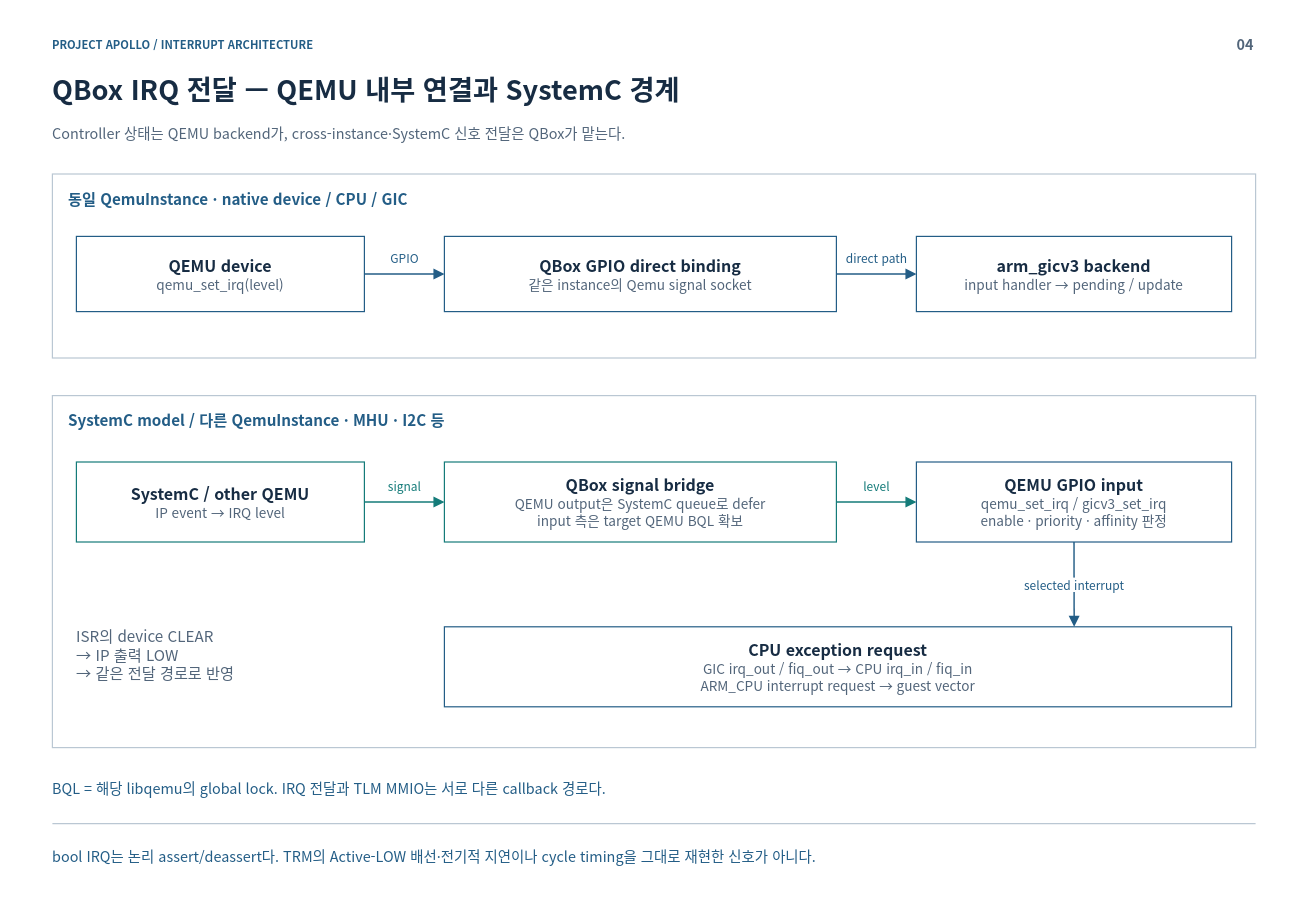
cometzero/project-apollo keeps this draw.io diagram as page "04-qbox-delivery" (4 of 32) of doc/phase1/interrupt/apollo-interrupt-architecture.drawio. Above is the earlier version. Source tidied: cells renumbered, new cells numbered last; positions are measured from the earlier drawing's top-left corner, leaving out a move shared by most shapes. Both pictures are drawn from the tidied source at 80%, with x=0, y=0 at pixel (14, 14).
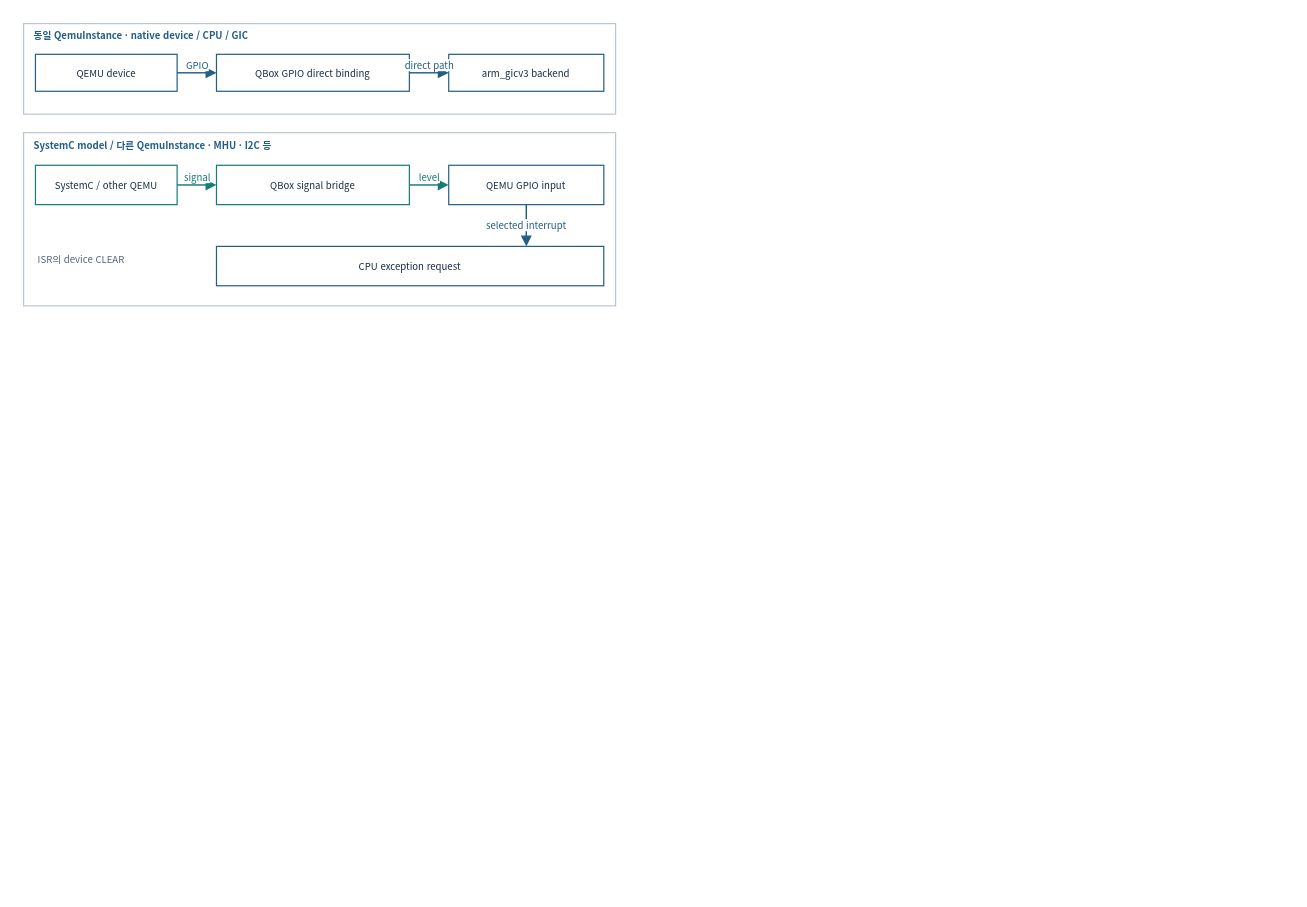
Above is the later version.

What changed in the source:
```diff
@@
-    <mxCell id="2" style="rounded=0;whiteSpace=wrap;html=1;fillColor=#FFFFFF;strokeColor=none;strokeWidth=1.5;fontColor=#172C43;fontFamily=Noto Sans CJK KR;fontSize=18;spacing=14;" parent="1" vertex="1">
-      <mxGeometry width="1600" height="1100" as="geometry" />
-    </mxCell>
-    <mxCell id="3" value="PROJECT APOLLO  /  INTERRUPT ARCHITECTURE" style="rounded=0;whiteSpace=wrap;html=1;fillColor=#FFFFFF;strokeColor=none;strokeWidth=1.5;fontColor=#172C43;fontFamily=Noto Sans CJK KR;fontSize=18;spacing=14;fillColor=none;align=left;verticalAlign=middle;spacing=0;fontSize=14;fontColor=#235D86;fontStyle=1;" parent="1" vertex="1">
-      <mxGeometry x="48" y="26" width="1400" height="24" as="geometry" />
-    </mxCell>
-    <mxCell id="4" value="04" style="rounded=0;whiteSpace=wrap;html=1;fillColor=#FFFFFF;strokeColor=none;strokeWidth=1.5;fontColor=#172C43;fontFamily=Noto Sans CJK KR;fontSize=18;spacing=14;fillColor=none;align=right;verticalAlign=middle;spacing=0;fontSize=18;fontColor=#52657A;fontStyle=1;" parent="1" vertex="1">
-      <mxGeometry x="1485" y="23" width="65" height="30" as="geometry" />
-    </mxCell>
-    <mxCell id="5" value="QBox IRQ 전달 — QEMU 내부 연결과 SystemC 경계" style="rounded=0;whiteSpace=wrap;html=1;fillColor=#FFFFFF;strokeColor=none;strokeWidth=1.5;fontColor=#172C43;fontFamily=Noto Sans CJK KR;fontSize=18;spacing=14;fillColor=none;align=left;verticalAlign=middle;spacing=0;fontSize=34;fontColor=#172C43;fontStyle=1;" parent="1" vertex="1">
-      <mxGeometry x="48" y="67" width="1504" height="54" as="geometry" />
-    </mxCell>
-    <mxCell id="6" value="Controller 상태는 QEMU backend가, cross-instance·SystemC 신호 전달은 QBox가 맡는다." style="rounded=0;whiteSpace=wrap;html=1;fillColor=#FFFFFF;strokeColor=none;strokeWidth=1.5;fontColor=#172C43;fontFamily=Noto Sans CJK KR;fontSize=18;spacing=14;fillColor=none;align=left;verticalAlign=middle;spacing=0;fontSize=18;fontColor=#52657A;" parent="1" vertex="1">
-      <mxGeometry x="48" y="127" width="1504" height="44" as="geometry" />
-    </mxCell>
-    <mxCell id="7" style="html=1;rounded=0;edgeStyle=none;endArrow=none;endSize=9;strokeColor=#BAC7D3;strokeWidth=1.6;fontColor=#BAC7D3;fontFamily=Noto Sans CJK KR;fontSize=15;labelBackgroundColor=#FFFFFF;" parent="1" edge="1">
-      <mxGeometry relative="1" as="geometry">
-        <mxPoint x="48" y="1012" as="sourcePoint" />
-        <mxPoint x="1552" y="1012" as="targetPoint" />
-      </mxGeometry>
-    </mxCell>
-    <mxCell id="8" value="bool IRQ는 논리 assert/deassert다. TRM의 Active-LOW 배선·전기적 지연이나 cycle timing을 그대로 재현한 신호가 아니다." style="rounded=0;whiteSpace=wrap;html=1;fillColor=#FFFFFF;strokeColor=none;strokeWidth=1.5;fontColor=#172C43;fontFamily=Noto Sans CJK KR;fontSize=18;spacing=14;fillColor=none;align=left;verticalAlign=middle;spacing=0;fontSize=18;fontColor=#235D86;" parent="1" vertex="1">
-      <mxGeometry x="48" y="1026" width="1504" height="52" as="geometry" />
-    </mxCell>
-    <mxCell id="9" style="rounded=0;whiteSpace=wrap;html=1;fillColor=#FFFFFF;strokeColor=#BAC7D3;strokeWidth=1.5;fontColor=#172C43;fontFamily=Noto Sans CJK KR;fontSize=18;spacing=14;" parent="1" vertex="1">
-      <mxGeometry x="48" y="200" width="1504" height="230" as="geometry" />
+    <mxCell id="9" style="rounded=0;whiteSpace=wrap;html=1;fillColor=#FFFFFF;strokeColor=#BAC7D3;strokeWidth=1.5;fontColor=#172C43;fontFamily=Noto Sans CJK KR;fontSize=12;spacing=3;whiteSpace=wrap;" parent="1" vertex="1">
+      <mxGeometry x="12" y="12" width="740" height="113.2" as="geometry" />
     </mxCell>
-    <mxCell id="10" value="동일 QemuInstance  ·  native device / CPU / GIC" style="rounded=0;whiteSpace=wrap;html=1;fillColor=#FFFFFF;strokeColor=none;strokeWidth=1.5;fontColor=#172C43;fontFamily=Noto Sans CJK KR;fontSize=18;spacing=14;fillColor=none;align=left;verticalAlign=middle;spacing=0;fontSize=19;fontColor=#235D86;fontStyle=1;" parent="1" vertex="1">
-      <mxGeometry x="68" y="215" width="1464" height="32" as="geometry" />
+    <mxCell id="10" value="동일 QemuInstance  ·  native device / CPU / GIC" style="rounded=0;whiteSpace=wrap;html=1;fillColor=#FFFFFF;strokeColor=none;strokeWidth=1.5;fontColor=#172C43;fontFamily=Noto Sans CJK KR;fillColor=none;align=left;verticalAlign=middle;fontColor=#235D86;fontStyle=1;fontSize=12;spacing=3;whiteSpace=wrap;" parent="1" vertex="1">
+      <mxGeometry x="21.8" y="19.4" width="720.3" height="15.7" as="geometry" />
     </mxCell>
-    <mxCell id="11" value="&lt;b style=&quot;font-size:20px&quot;&gt;QEMU device&lt;/b&gt;&lt;br&gt;&lt;font color=&quot;#52657A&quot; style=&quot;font-size:17px&quot;&gt;qemu_set_irq(level)&lt;/font&gt;" style="rounded=0;whiteSpace=wrap;html=1;fillColor=#FFFFFF;strokeColor=#235D86;strokeWidth=1.5;fontColor=#172C43;fontFamily=Noto Sans CJK KR;fontSize=18;spacing=14;" parent="1" vertex="1">
-      <mxGeometry x="78" y="278" width="360" height="94" as="geometry" />
+    <mxCell id="11" value="QEMU device" style="rounded=0;whiteSpace=wrap;html=1;fillColor=#FFFFFF;strokeColor=#235D86;strokeWidth=1.5;fontColor=#172C43;fontFamily=Noto Sans CJK KR;fontSize=12;spacing=3;whiteSpace=wrap;" parent="1" vertex="1">
+      <mxGeometry x="26.8" y="50.4" width="177.1" height="46.2" as="geometry" />
     </mxCell>
-    <mxCell id="12" value="&lt;b style=&quot;font-size:20px&quot;&gt;QBox GPIO direct binding&lt;/b&gt;&lt;br&gt;&lt;font color=&quot;#52657A&quot; style=&quot;font-size:17px&quot;&gt;같은 instance의 Qemu signal socket&lt;/font&gt;" style="rounded=0;whiteSpace=wrap;html=1;fillColor=#FFFFFF;strokeColor=#235D86;strokeWidth=1.5;fontColor=#172C43;fontFamily=Noto Sans CJK KR;fontSize=18;spacing=14;" parent="1" vertex="1">
-      <mxGeometry x="538" y="278" width="490" height="94" as="geometry" />
+    <mxCell id="12" value="QBox GPIO direct binding" style="rounded=0;whiteSpace=wrap;html=1;fillColor=#FFFFFF;strokeColor=#235D86;strokeWidth=1.5;fontColor=#172C43;fontFamily=Noto Sans CJK KR;fontSize=12;spacing=3;whiteSpace=wrap;" parent="1" vertex="1">
+      <mxGeometry x="253.1" y="50.4" width="241.1" height="46.2" as="geometry" />
     </mxCell>
-    <mxCell id="13" value="&lt;b style=&quot;font-size:20px&quot;&gt;arm_gicv3 backend&lt;/b&gt;&lt;br&gt;&lt;font color=&quot;#52657A&quot; style=&quot;font-size:17px&quot;&gt;input handler → pending / update&lt;/font&gt;" style="rounded=0;whiteSpace=wrap;html=1;fillColor=#FFFFFF;strokeColor=#235D86;strokeWidth=1.5;fontColor=#172C43;fontFamily=Noto Sans CJK KR;fontSize=18;spacing=14;" parent="1" vertex="1">
-      <mxGeometry x="1128" y="278" width="394" height="94" as="geometry" />
+    <mxCell id="13" value="arm_gicv3 backend" style="rounded=0;whiteSpace=wrap;html=1;fillColor=#FFFFFF;strokeColor=#235D86;strokeWidth=1.5;fontColor=#172C43;fontFamily=Noto Sans CJK KR;fontSize=12;spacing=3;whiteSpace=wrap;" parent="1" vertex="1">
+      <mxGeometry x="543.4" y="50.4" width="193.9" height="46.2" as="geometry" />
     </mxCell>
-    <mxCell id="14" value="GPIO" style="html=1;whiteSpace=nowrap;rounded=0;edgeStyle=none;endArrow=block;endFill=1;endSize=9;strokeColor=#235D86;strokeWidth=1.8;fontColor=#235D86;fontFamily=Noto Sans CJK KR;fontSize=15;labelBackgroundColor=#FFFFFF;exitX=1;exitY=0.5;exitDx=0;exitDy=0;entryX=0;entryY=0.5;entryDx=0;entryDy=0;" parent="1" edge="1" source="11" target="12">
+    <mxCell id="14" value="GPIO" style="html=1;rounded=0;edgeStyle=none;endArrow=block;endFill=1;endSize=9;strokeColor=#235D86;strokeWidth=1.8;fontColor=#235D86;fontFamily=Noto Sans CJK KR;labelBackgroundColor=#FFFFFF;exitX=1;exitY=0.5;exitDx=0;exitDy=0;entryX=0;entryY=0.5;entryDx=0;entryDy=0;fontSize=12;spacing=3;whiteSpace=nowrap;" parent="1" edge="1" source="11" target="12">
       <mxGeometry relative="1" as="geometry">
-        <mxPoint y="-20" as="offset" />
+        <mxPoint y="-9.8" as="offset" />
       </mxGeometry>
     </mxCell>
-    <mxCell id="15" value="direct path" style="html=1;whiteSpace=nowrap;rounded=0;edgeStyle=none;endArrow=block;endFill=1;endSize=9;strokeColor=#235D86;strokeWidth=1.8;fontColor=#235D86;fontFamily=Noto Sans CJK KR;fontSize=15;labelBackgroundColor=#FFFFFF;exitX=1;exitY=0.5;exitDx=0;exitDy=0;entryX=0;entryY=0.5;entryDx=0;entryDy=0;" parent="1" edge="1" source="12" target="13">
+    <mxCell id="15" value="direct path" style="html=1;rounded=0;edgeStyle=none;endArrow=block;endFill=1;endSize=9;strokeColor=#235D86;strokeWidth=1.8;fontColor=#235D86;fontFamily=Noto Sans CJK KR;labelBackgroundColor=#FFFFFF;exitX=1;exitY=0.5;exitDx=0;exitDy=0;entryX=0;entryY=0.5;entryDx=0;entryDy=0;fontSize=12;spacing=3;whiteSpace=nowrap;" parent="1" edge="1" source="12" target="13">
       <mxGeometry relative="1" as="geometry">
-        <mxPoint y="-20" as="offset" />
+        <mxPoint y="-9.8" as="offset" />
       </mxGeometry>
     </mxCell>
-    <mxCell id="16" style="rounded=0;whiteSpace=wrap;html=1;fillColor=#FFFFFF;strokeColor=#BAC7D3;strokeWidth=1.5;fontColor=#172C43;fontFamily=Noto Sans CJK KR;fontSize=18;spacing=14;" parent="1" vertex="1">
-      <mxGeometry x="48" y="477" width="1504" height="440" as="geometry" />
+    <mxCell id="16" style="rounded=0;whiteSpace=wrap;html=1;fillColor=#FFFFFF;strokeColor=#BAC7D3;strokeWidth=1.5;fontColor=#172C43;fontFamily=Noto Sans CJK KR;fontSize=12;spacing=3;whiteSpace=wrap;" parent="1" vertex="1">
+      <mxGeometry x="12" y="148.3" width="740" height="216.5" as="geometry" />
     </mxCell>
-    <mxCell id="17" value="SystemC model / 다른 QemuInstance  ·  MHU · I2C 등" style="rounded=0;whiteSpace=wrap;html=1;fillColor=#FFFFFF;strokeColor=none;strokeWidth=1.5;fontColor=#172C43;fontFamily=Noto Sans CJK KR;fontSize=18;spacing=14;fillColor=none;align=left;verticalAlign=middle;spacing=0;fontSize=19;fontColor=#235D86;fontStyle=1;" parent="1" vertex="1">
-      <mxGeometry x="68" y="492" width="1464" height="32" as="geometry" />
+    <mxCell id="17" value="SystemC model / 다른 QemuInstance  ·  MHU · I2C 등" style="rounded=0;whiteSpace=wrap;html=1;fillColor=#FFFFFF;strokeColor=none;strokeWidth=1.5;fontColor=#172C43;fontFamily=Noto Sans CJK KR;fillColor=none;align=left;verticalAlign=middle;fontColor=#235D86;fontStyle=1;fontSize=12;spacing=3;whiteSpace=wrap;" parent="1" vertex="1">
+      <mxGeometry x="21.8" y="155.7" width="720.3" height="15.7" as="geometry" />
     </mxCell>
-    <mxCell id="18" value="&lt;b style=&quot;font-size:20px&quot;&gt;SystemC / other QEMU&lt;/b&gt;&lt;br&gt;&lt;font color=&quot;#52657A&quot; style=&quot;font-size:17px&quot;&gt;IP event → IRQ level&lt;/font&gt;" style="rounded=0;whiteSpace=wrap;html=1;fillColor=#FFFFFF;strokeColor=#147B79;strokeWidth=1.5;fontColor=#172C43;fontFamily=Noto Sans CJK KR;fontSize=18;spacing=14;" parent="1" vertex="1">
-      <mxGeometry x="78" y="560" width="360" height="100" as="geometry" />
+    <mxCell id="18" value="SystemC / other QEMU" style="rounded=0;whiteSpace=wrap;html=1;fillColor=#FFFFFF;strokeColor=#147B79;strokeWidth=1.5;fontColor=#172C43;fontFamily=Noto Sans CJK KR;fontSize=12;spacing=3;whiteSpace=wrap;" parent="1" vertex="1">
+      <mxGeometry x="26.8" y="189.1" width="177.1" height="49.2" as="geometry" />
     </mxCell>
-    <mxCell id="19" value="&lt;b style=&quot;font-size:20px&quot;&gt;QBox signal bridge&lt;/b&gt;&lt;br&gt;&lt;font color=&quot;#52657A&quot; style=&quot;font-size:17px&quot;&gt;QEMU output은 SystemC queue로 defer&lt;br&gt;input 측은 target QEMU BQL 확보&lt;/font&gt;" style="rounded=0;whiteSpace=wrap;html=1;fillColor=#FFFFFF;strokeColor=#147B79;strokeWidth=1.5;fontColor=#172C43;fontFamily=Noto Sans CJK KR;fontSize=18;spacing=14;" parent="1" vertex="1">
-      <mxGeometry x="538" y="560" width="490" height="100" as="geometry" />
+    <mxCell id="19" value="QBox signal bridge" style="rounded=0;whiteSpace=wrap;html=1;fillColor=#FFFFFF;strokeColor=#147B79;strokeWidth=1.5;fontColor=#172C43;fontFamily=Noto Sans CJK KR;fontSize=12;spacing=3;whiteSpace=wrap;" parent="1" vertex="1">
+      <mxGeometry x="253.1" y="189.1" width="241.1" height="49.2" as="geometry" />
     </mxCell>
-    <mxCell id="20" value="&lt;b style=&quot;font-size:20px&quot;&gt;QEMU GPIO input&lt;/b&gt;&lt;br&gt;&lt;font color=&quot;#52657A&quot; style=&quot;font-size:17px&quot;&gt;qemu_set_irq / gicv3_set_irq&lt;br&gt;enable · priority · affinity 판정&lt;/font&gt;" style="rounded=0;whiteSpace=wrap;html=1;fillColor=#FFFFFF;strokeColor=#235D86;strokeWidth=1.5;fontColor=#172C43;fontFamily=Noto Sans CJK KR;fontSize=18;spacing=14;" parent="1" vertex="1">
-      <mxGeometry x="1128" y="560" width="394" height="100" as="geometry" />
+    <mxCell id="20" value="QEMU GPIO input" style="rounded=0;whiteSpace=wrap;html=1;fillColor=#FFFFFF;strokeColor=#235D86;strokeWidth=1.5;fontColor=#172C43;fontFamily=Noto Sans CJK KR;fontSize=12;spacing=3;whiteSpace=wrap;" parent="1" vertex="1">
+      <mxGeometry x="543.4" y="189.1" width="193.9" height="49.2" as="geometry" />
     </mxCell>
-    <mxCell id="21" value="signal" style="html=1;whiteSpace=nowrap;rounded=0;edgeStyle=none;endArrow=block;endFill=1;endSize=9;strokeColor=#147B79;strokeWidth=1.8;fontColor=#147B79;fontFamily=Noto Sans CJK KR;fontSize=15;labelBackgroundColor=#FFFFFF;exitX=1;exitY=0.5;exitDx=0;exitDy=0;entryX=0;entryY=0.5;entryDx=0;entryDy=0;" parent="1" edge="1" source="18" target="19">
+    <mxCell id="21" value="signal" style="html=1;rounded=0;edgeStyle=none;endArrow=block;endFill=1;endSize=9;strokeColor=#147B79;strokeWidth=1.8;fontColor=#147B79;fontFamily=Noto Sans CJK KR;labelBackgroundColor=#FFFFFF;exitX=1;exitY=0.5;exitDx=0;exitDy=0;entryX=0;entryY=0.5;entryDx=0;entryDy=0;fontSize=12;spacing=3;whiteSpace=nowrap;" parent="1" edge="1" source="18" target="19">
       <mxGeometry relative="1" as="geometry">
-        <mxPoint y="-20" as="offset" />
+        <mxPoint y="-9.8" as="offset" />
       </mxGeometry>
     </mxCell>
-    <mxCell id="22" value="level" style="html=1;whiteSpace=nowrap;rounded=0;edgeStyle=none;endArrow=block;endFill=1;endSize=9;strokeColor=#147B79;strokeWidth=1.8;fontColor=#147B79;fontFamily=Noto Sans CJK KR;fontSize=15;labelBackgroundColor=#FFFFFF;exitX=1;exitY=0.5;exitDx=0;exitDy=0;entryX=0;entryY=0.5;entryDx=0;entryDy=0;" parent="1" edge="1" source="19" target="20">
+    <mxCell id="22" value="level" style="html=1;rounded=0;edgeStyle=none;endArrow=block;endFill=1;endSize=9;strokeColor=#147B79;strokeWidth=1.8;fontColor=#147B79;fontFamily=Noto Sans CJK KR;labelBackgroundColor=#FFFFFF;exitX=1;exitY=0.5;exitDx=0;exitDy=0;entryX=0;entryY=0.5;entryDx=0;entryDy=0;fontSize=12;spacing=3;whiteSpace=nowrap;" parent="1" edge="1" source="19" target="20">
       <mxGeometry relative="1" as="geometry">
-        <mxPoint y="-20" as="offset" />
+        <mxPoint y="-9.8" as="offset" />
       </mxGeometry>
     </mxCell>
-    <mxCell id="23" value="&lt;b style=&quot;font-size:20px&quot;&gt;CPU exception request&lt;/b&gt;&lt;br&gt;&lt;font color=&quot;#52657A&quot; style=&quot;font-size:17px&quot;&gt;GIC irq_out / fiq_out → CPU irq_in / fiq_in&lt;br&gt;ARM_CPU interrupt request → guest vector&lt;/font&gt;" style="rounded=0;whiteSpace=wrap;html=1;fillColor=#FFFFFF;strokeColor=#235D86;strokeWidth=1.5;fontColor=#172C43;fontFamily=Noto Sans CJK KR;fontSize=18;spacing=14;" parent="1" vertex="1">
-      <mxGeometry x="538" y="766" width="984" height="100" as="geometry" />
+    <mxCell id="23" value="CPU exception request" style="rounded=0;whiteSpace=wrap;html=1;fillColor=#FFFFFF;strokeColor=#235D86;strokeWidth=1.5;fontColor=#172C43;fontFamily=Noto Sans CJK KR;fontSize=12;spacing=3;whiteSpace=wrap;" parent="1" vertex="1">
+      <mxGeometry x="253.1" y="290.5" width="484.1" height="49.2" as="geometry" />
     </mxCell>
-    <mxCell id="24" value="selected interrupt" style="html=1;whiteSpace=nowrap;rounded=0;edgeStyle=none;endArrow=block;endFill=1;endSize=9;strokeColor=#235D86;strokeWidth=1.8;fontColor=#235D86;fontFamily=Noto Sans CJK KR;fontSize=15;labelBackgroundColor=#FFFFFF;exitX=0.5;exitY=1;exitDx=0;exitDy=0;entryX=0.8;entryY=0;entryDx=0;entryDy=0;" parent="1" edge="1" source="20" target="23">
+    <mxCell id="24" value="selected interrupt" style="html=1;rounded=0;edgeStyle=none;endArrow=block;endFill=1;endSize=9;strokeColor=#235D86;strokeWidth=1.8;fontColor=#235D86;fontFamily=Noto Sans CJK KR;labelBackgroundColor=#FFFFFF;exitX=0.5;exitY=1;exitDx=0;exitDy=0;entryX=0.8;entryY=0;entryDx=0;entryDy=0;fontSize=12;spacing=3;whiteSpace=nowrap;" parent="1" edge="1" source="20" target="23">
       <mxGeometry relative="1" as="geometry" />
     </mxCell>
-    <mxCell id="25" value="ISR의 device CLEAR&lt;br&gt;→ IP 출력 LOW&lt;br&gt;→ 같은 전달 경로로 반영" style="rounded=0;whiteSpace=wrap;html=1;fillColor=#FFFFFF;strokeColor=none;strokeWidth=1.5;fontColor=#172C43;fontFamily=Noto Sans CJK KR;fontSize=18;spacing=14;fillColor=none;align=left;verticalAlign=middle;spacing=0;fontSize=19;fontColor=#52657A;" parent="1" vertex="1">
-      <mxGeometry x="78" y="738" width="360" height="125" as="geometry" />
+    <mxCell id="25" value="ISR의 device CLEAR" style="rounded=0;whiteSpace=wrap;html=1;fillColor=#FFFFFF;strokeColor=none;strokeWidth=1.5;fontColor=#172C43;fontFamily=Noto Sans CJK KR;fillColor=none;align=left;verticalAlign=middle;fontColor=#52657A;fontSize=12;spacing=3;whiteSpace=wrap;" parent="1" vertex="1">
+      <mxGeometry x="26.8" y="276.7" width="177.1" height="61.5" as="geometry" />
     </mxCell>
-    <mxCell id="26" value="BQL = 해당 libqemu의 global lock. IRQ 전달과 TLM MMIO는 서로 다른 callback 경로다." style="rounded=0;whiteSpace=wrap;html=1;fillColor=#FFFFFF;strokeColor=none;strokeWidth=1.5;fontColor=#172C43;fontFamily=Noto Sans CJK KR;fontSize=18;spacing=14;fillColor=none;align=left;verticalAlign=middle;spacing=0;fontSize=18;fontColor=#235D86;" parent="1" vertex="1">
-      <mxGeometry x="48" y="950" width="1504" height="36" as="geometry" />
-    </mxCell>
```
